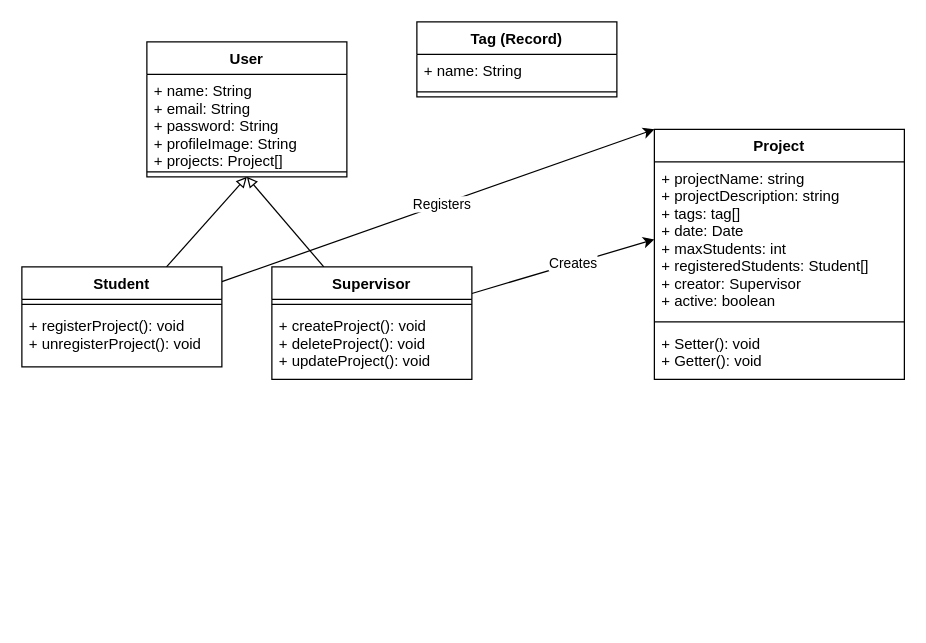
This is Documents/Class Diagram.drawio from DenizYil/BDSA-Big-Hero-6, a draw.io file, before an edit. Source tidied: cells renumbered, new cells numbered last; positions are measured from the earlier drawing's top-left corner, leaving out a move shared by most shapes. Both pictures are drawn from the tidied source at 125%, with x=0, y=0 at pixel (21, 21).
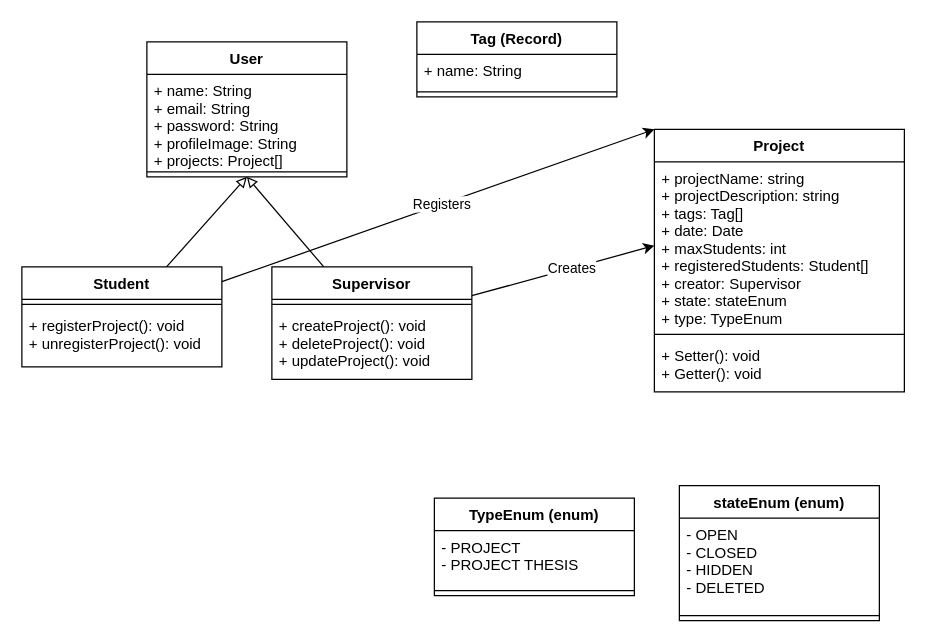
The same page after the edit.

The edit, as a diff of the source:
```diff
@@
     <mxCell id="17" value="Project" style="swimlane;fontStyle=1;align=center;verticalAlign=top;horizontal=1;startSize=26;" parent="1" vertex="1">
-      <mxGeometry x="506" y="86" width="200" height="200" as="geometry" />
+      <mxGeometry x="506" y="86" width="200" height="210" as="geometry" />
     </mxCell>
-    <mxCell id="18" value="+ projectName: string&#10;+ projectDescription: string&#10;+ tags: tag[]&#10;+ date: Date&#10;+ maxStudents: int&#10;+ registeredStudents: Student[]&#10;+ creator: Supervisor&#10;+ active: boolean" style="text;strokeColor=none;fillColor=none;align=left;verticalAlign=top;spacingLeft=4;spacingRight=4;overflow=hidden;points=[[0,0.5],[1,0.5]];portConstraint=eastwest;" parent="17" vertex="1">
-      <mxGeometry y="26" width="200" height="124" as="geometry" />
+    <mxCell id="18" value="+ projectName: string&#10;+ projectDescription: string&#10;+ tags: Tag[]&#10;+ date: Date&#10;+ maxStudents: int&#10;+ registeredStudents: Student[]&#10;+ creator: Supervisor&#10;+ state: stateEnum&#10;+ type: TypeEnum" style="text;strokeColor=none;fillColor=none;align=left;verticalAlign=top;spacingLeft=4;spacingRight=4;overflow=hidden;points=[[0,0.5],[1,0.5]];portConstraint=eastwest;" parent="17" vertex="1">
+      <mxGeometry y="26" width="200" height="134" as="geometry" />
     </mxCell>
     <mxCell id="19" style="line;strokeWidth=1;fillColor=none;align=left;verticalAlign=middle;spacingTop=-1;spacingLeft=3;spacingRight=3;labelPosition=right;" parent="17" vertex="1">
-      <mxGeometry y="150" width="200" height="8" as="geometry" />
+      <mxGeometry y="160" width="200" height="8" as="geometry" />
     </mxCell>
     <mxCell id="20" value="+ Setter(): void&#10;+ Getter(): void" style="text;strokeColor=none;fillColor=none;align=left;verticalAlign=top;spacingLeft=4;spacingRight=4;overflow=hidden;" parent="17" vertex="1">
-      <mxGeometry y="158" width="200" height="42" as="geometry" />
+      <mxGeometry y="168" width="200" height="42" as="geometry" />
     </mxCell>
@@
+    <mxCell id="24" value="stateEnum (enum)" style="swimlane;fontStyle=1;align=center;verticalAlign=top;horizontal=1;startSize=26;" parent="1" vertex="1">
+      <mxGeometry x="526" y="371" width="160" height="108" as="geometry" />
+    </mxCell>
+    <mxCell id="25" value="- OPEN&#10;- CLOSED&#10;- HIDDEN&#10;- DELETED" style="text;strokeColor=none;fillColor=none;align=left;verticalAlign=top;spacingLeft=4;spacingRight=4;overflow=hidden;" parent="24" vertex="1">
+      <mxGeometry y="26" width="160" height="74" as="geometry" />
+    </mxCell>
+    <mxCell id="26" style="line;strokeWidth=1;fillColor=none;align=left;verticalAlign=middle;spacingTop=-1;spacingLeft=3;spacingRight=3;labelPosition=right;" parent="24" vertex="1">
+      <mxGeometry y="100" width="160" height="8" as="geometry" />
+    </mxCell>
+    <mxCell id="27" value="TypeEnum (enum)" style="swimlane;fontStyle=1;align=center;verticalAlign=top;horizontal=1;startSize=26;" parent="1" vertex="1">
+      <mxGeometry x="330" y="381" width="160" height="78" as="geometry" />
+    </mxCell>
+    <mxCell id="28" value="- PROJECT&#10;- PROJECT THESIS" style="text;strokeColor=none;fillColor=none;align=left;verticalAlign=top;spacingLeft=4;spacingRight=4;overflow=hidden;" parent="27" vertex="1">
+      <mxGeometry y="26" width="160" height="44" as="geometry" />
+    </mxCell>
+    <mxCell id="29" style="line;strokeWidth=1;fillColor=none;align=left;verticalAlign=middle;spacingTop=-1;spacingLeft=3;spacingRight=3;labelPosition=right;" parent="27" vertex="1">
+      <mxGeometry y="70" width="160" height="8" as="geometry" />
+    </mxCell>
```
